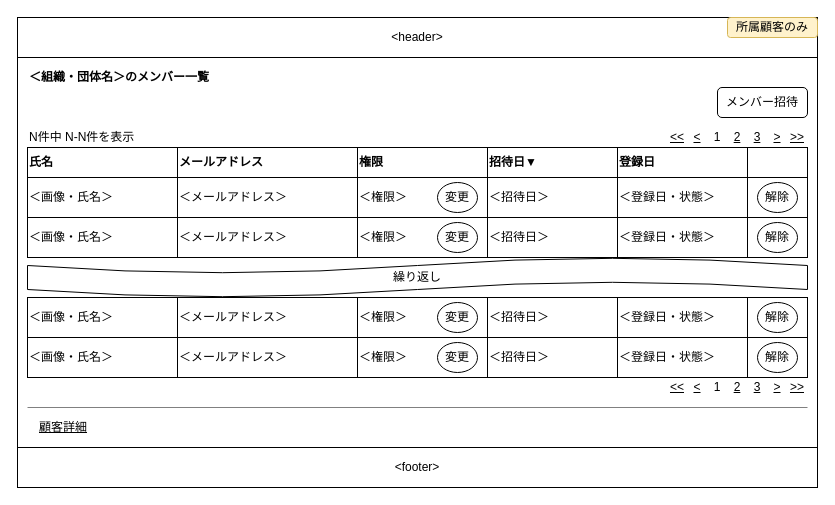
This is 設計/画面設計/メンバー一覧.drawio from nightonlypj/rails-app-origin, a draw.io file, before an edit. Source tidied: cells renumbered, new cells numbered last; positions are measured from the earlier drawing's top-left corner, leaving out a move shared by most shapes. Both pictures are drawn from the tidied source at 100%, with x=0, y=0 at pixel (17, 17).
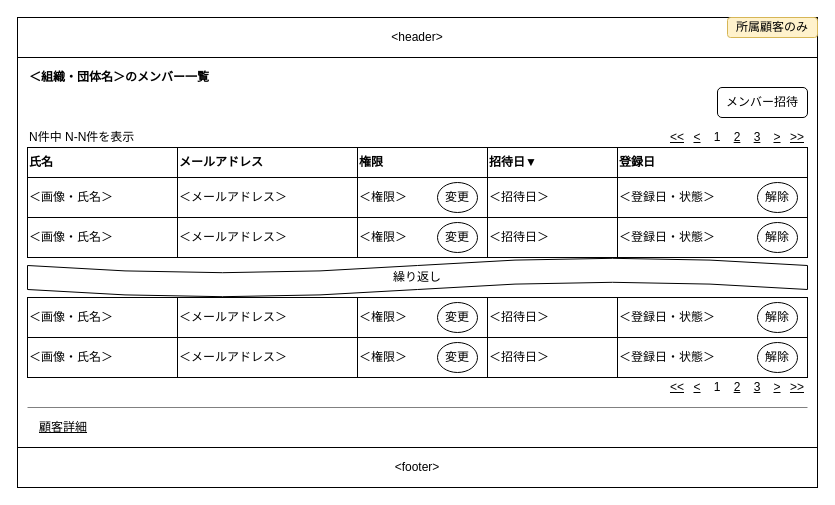
After the change.

The edit, as a diff of the source:
```diff
@@
     <mxCell id="26" value="&lt;b&gt;登録日&lt;/b&gt;" style="rounded=0;whiteSpace=wrap;html=1;align=left;" parent="1" vertex="1">
-      <mxGeometry x="600" y="130" width="130" height="30" as="geometry" />
+      <mxGeometry x="600" y="130" width="190" height="30" as="geometry" />
     </mxCell>
@@
     <mxCell id="28" value="＜登録日・状態＞" style="rounded=0;whiteSpace=wrap;html=1;align=left;" parent="1" vertex="1">
-      <mxGeometry x="600" y="160" width="130" height="40" as="geometry" />
+      <mxGeometry x="600" y="160" width="190" height="40" as="geometry" />
     </mxCell>
@@
-    <mxCell id="31" style="rounded=0;whiteSpace=wrap;html=1;align=left;" parent="1" vertex="1">
-      <mxGeometry x="730" y="130" width="60" height="30" as="geometry" />
-    </mxCell>
-    <mxCell id="32" style="rounded=0;whiteSpace=wrap;html=1;align=left;" parent="1" vertex="1">
-      <mxGeometry x="730" y="160" width="60" height="40" as="geometry" />
-    </mxCell>
@@
     <mxCell id="40" value="＜登録日・状態＞" style="rounded=0;whiteSpace=wrap;html=1;align=left;" parent="1" vertex="1">
-      <mxGeometry x="600" y="200" width="130" height="40" as="geometry" />
+      <mxGeometry x="600" y="200" width="190" height="40" as="geometry" />
     </mxCell>
@@
-    <mxCell id="42" style="rounded=0;whiteSpace=wrap;html=1;align=left;" parent="1" vertex="1">
-      <mxGeometry x="730" y="200" width="60" height="40" as="geometry" />
-    </mxCell>
@@
     <mxCell id="48" value="＜登録日・状態＞" style="rounded=0;whiteSpace=wrap;html=1;align=left;" parent="1" vertex="1">
-      <mxGeometry x="600" y="280" width="130" height="40" as="geometry" />
+      <mxGeometry x="600" y="280" width="190" height="40" as="geometry" />
     </mxCell>
@@
-    <mxCell id="50" style="rounded=0;whiteSpace=wrap;html=1;align=left;" parent="1" vertex="1">
-      <mxGeometry x="730" y="280" width="60" height="40" as="geometry" />
-    </mxCell>
@@
     <mxCell id="56" value="＜登録日・状態＞" style="rounded=0;whiteSpace=wrap;html=1;align=left;" parent="1" vertex="1">
-      <mxGeometry x="600" y="320" width="130" height="40" as="geometry" />
+      <mxGeometry x="600" y="320" width="190" height="40" as="geometry" />
     </mxCell>
@@
-    <mxCell id="58" style="rounded=0;whiteSpace=wrap;html=1;align=left;" parent="1" vertex="1">
-      <mxGeometry x="730" y="320" width="60" height="40" as="geometry" />
-    </mxCell>
```
